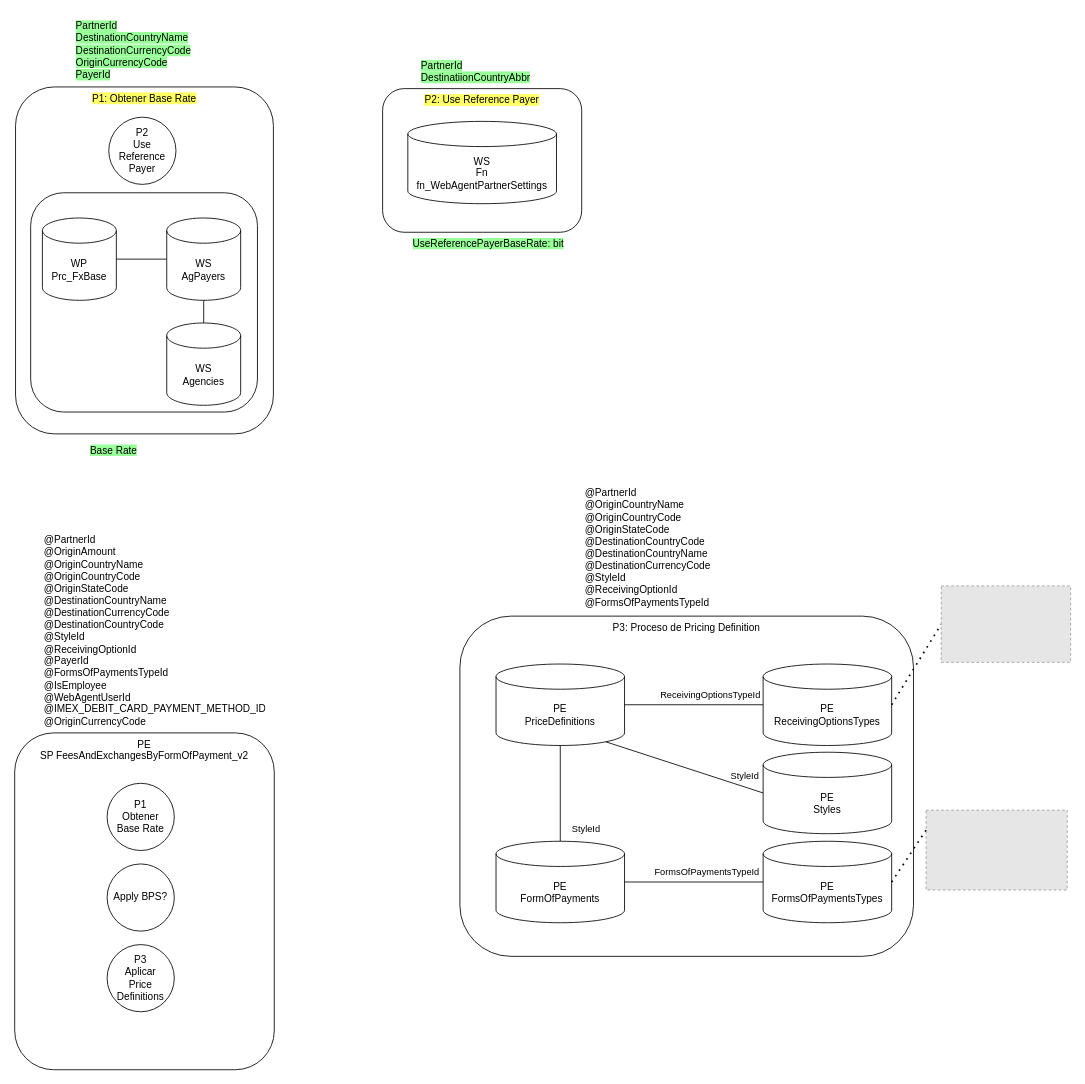
Earlier version of the draw.io diagram Payers.drawio (notariopablomarcelo/intermex). Source tidied: cells renumbered, new cells numbered last; positions are measured from the earlier drawing's top-left corner, leaving out a move shared by most shapes. Both pictures are drawn from the tidied source at 84%, with x=0, y=0 at pixel (14, 14). Pictures stored in the file or linked from it are replaced by grey dashed boxes.
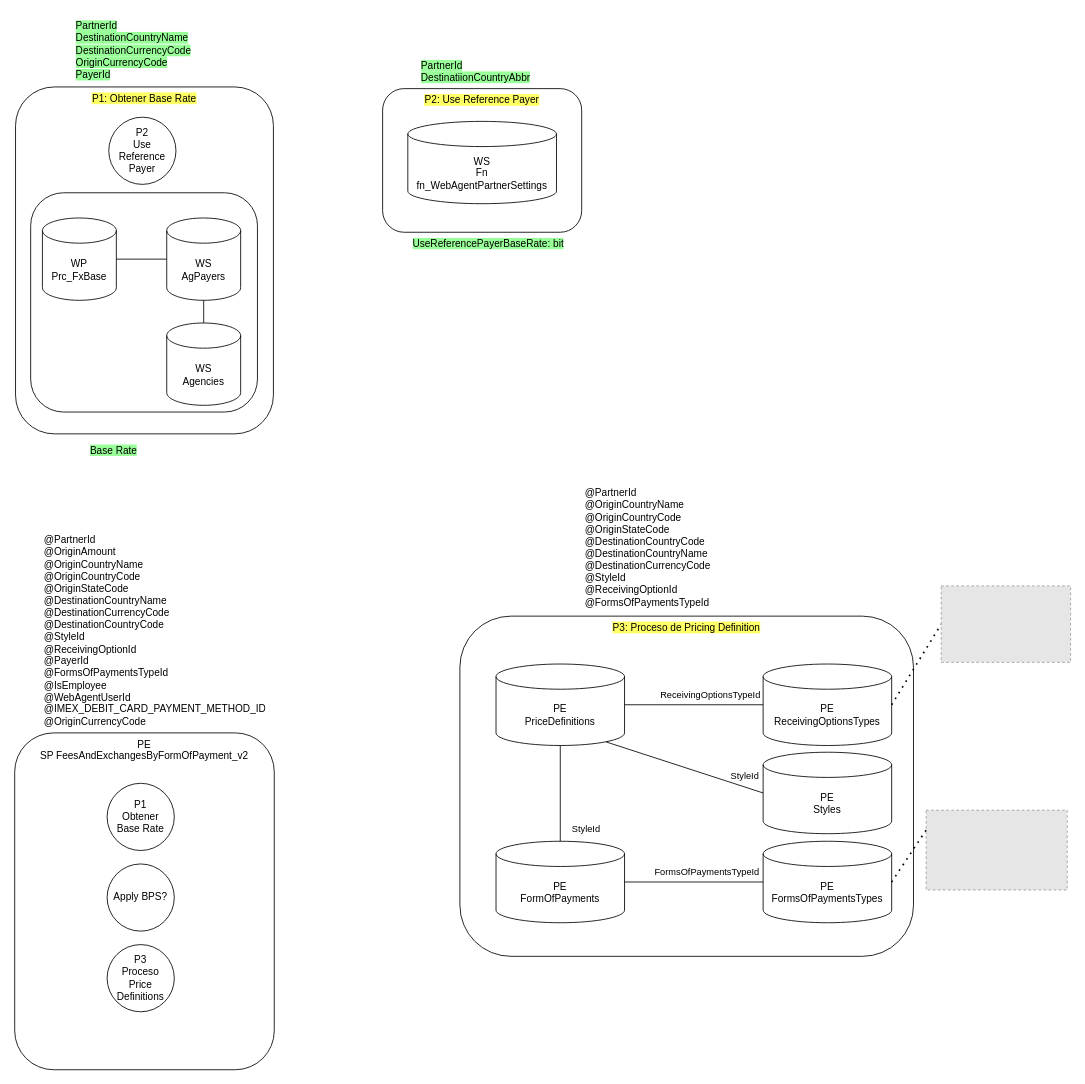
After the change.

Diff of the diagram source:
```diff
@@
-    <mxCell id="22" value="P3&lt;br&gt;Aplicar&lt;br&gt;Price Definitions" style="ellipse;whiteSpace=wrap;html=1;" parent="1" vertex="1">
+    <mxCell id="22" value="P3&lt;br&gt;Proceso&lt;br&gt;Price Definitions" style="ellipse;whiteSpace=wrap;html=1;" parent="1" vertex="1">
       <mxGeometry x="110" y="1107" width="80" height="80" as="geometry" />
     </mxCell>
-    <mxCell id="23" value="P3: Proceso de Pricing Definition" style="rounded=1;whiteSpace=wrap;html=1;verticalAlign=top;" parent="1" vertex="1">
+    <mxCell id="23" value="&lt;span style=&quot;background-color: rgb(255, 255, 102);&quot;&gt;P3: Proceso de Pricing Definition&lt;/span&gt;" style="rounded=1;whiteSpace=wrap;html=1;verticalAlign=top;" parent="1" vertex="1">
       <mxGeometry x="530" y="716" width="540" height="405" as="geometry" />
     </mxCell>
```
